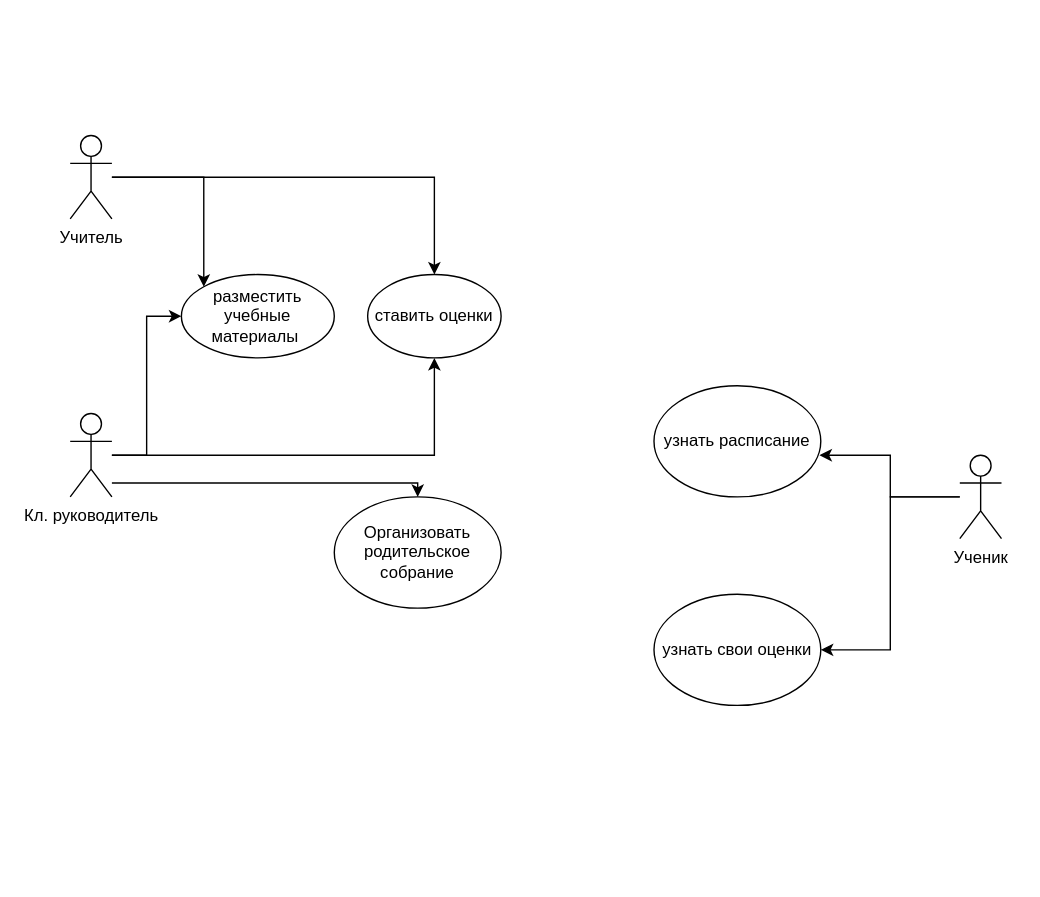
Earlier version of the draw.io diagram Диаграмма без названия.drawio (KhamchievAli06/dem-). Source tidied: cells renumbered, new cells numbered last; positions are measured from the earlier drawing's top-left corner, leaving out a move shared by most shapes. Both pictures are drawn from the tidied source at 139%, with x=0, y=0 at pixel (70, 135).
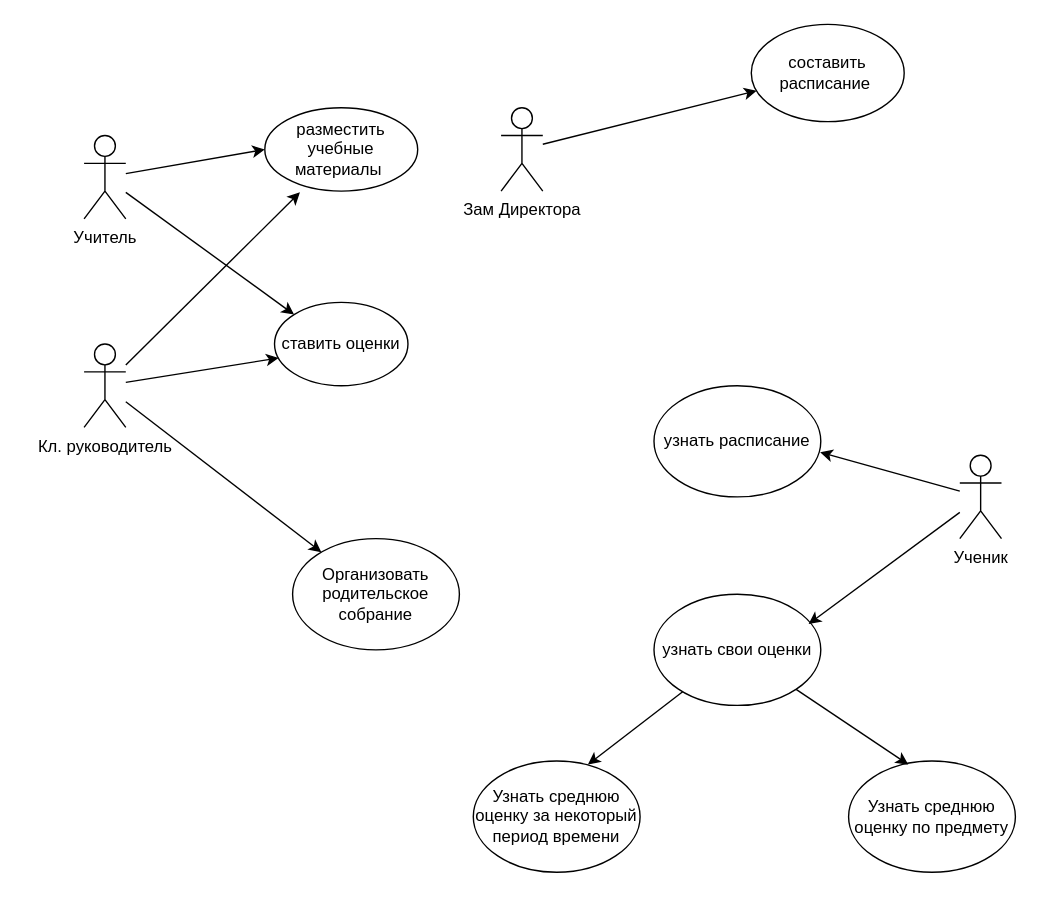
Above is the later version.

Unchanged cells that the change refers to:
```xml
<mxCell id="11" value="Ученик" style="shape=umlActor;verticalLabelPosition=bottom;verticalAlign=top;html=1;outlineConnect=0;" parent="1" vertex="1">
  <mxGeometry x="640" y="230" width="30" height="60" as="geometry" />
</mxCell>
<mxCell id="12" value="узнать расписание" style="ellipse;whiteSpace=wrap;html=1;" parent="1" vertex="1">
  <mxGeometry x="420" y="180" width="120" height="80" as="geometry" />
</mxCell>
<mxCell id="13" value="узнать свои оценки" style="ellipse;whiteSpace=wrap;html=1;" parent="1" vertex="1">
  <mxGeometry x="420" y="330" width="120" height="80" as="geometry" />
</mxCell>
```

What changed in the source:
```diff
@@
+    <mxCell id="3" style="edgeStyle=none;rounded=0;jettySize=auto;html=1;entryX=0;entryY=0.5;entryDx=0;entryDy=0;" parent="1" edge="1" source="4" target="16">
+      <mxGeometry relative="1" as="geometry" />
+    </mxCell>
-    <mxCell id="2" style="edgeStyle=orthogonalEdgeStyle;rounded=0;jettySize=auto;html=1;entryX=0.5;entryY=0;entryDx=0;entryDy=0;" parent="1" edge="1" source="4" target="5">
+    <mxCell id="2" style="edgeStyle=none;rounded=0;jettySize=auto;html=1;entryX=0;entryY=0;entryDx=0;entryDy=0;" parent="1" edge="1" source="4" target="5">
       <mxGeometry relative="1" as="geometry" />
     </mxCell>
-    <mxCell id="3" style="edgeStyle=orthogonalEdgeStyle;rounded=0;jettySize=auto;html=1;entryX=0;entryY=0;entryDx=0;entryDy=0;" parent="1" edge="1" source="4" target="16">
-      <mxGeometry relative="1" as="geometry" />
-    </mxCell>
     <mxCell id="4" value="Учитель&lt;div&gt;&lt;br&gt;&lt;/div&gt;" style="shape=umlActor;verticalLabelPosition=bottom;verticalAlign=top;html=1;outlineConnect=0;" parent="1" vertex="1">
-      <mxGeometry width="30" height="60" as="geometry" />
+      <mxGeometry x="10" width="30" height="60" as="geometry" />
     </mxCell>
     <mxCell id="5" value="ставить оценки" style="ellipse;whiteSpace=wrap;html=1;" parent="1" vertex="1">
-      <mxGeometry x="214" y="100" width="96" height="60" as="geometry" />
+      <mxGeometry x="147" y="120" width="96" height="60" as="geometry" />
     </mxCell>
-    <mxCell id="6" style="edgeStyle=orthogonalEdgeStyle;rounded=0;jettySize=auto;html=1;entryX=0.5;entryY=1;entryDx=0;entryDy=0;" parent="1" edge="1" source="9" target="5">
-      <mxGeometry relative="1" as="geometry">
-        <Array as="points">
-          <mxPoint x="262" y="230" />
-        </Array>
-      </mxGeometry>
-    </mxCell>
-    <mxCell id="7" style="edgeStyle=orthogonalEdgeStyle;rounded=0;jettySize=auto;html=1;entryX=0.5;entryY=0;entryDx=0;entryDy=0;" parent="1" edge="1" source="9" target="15">
-      <mxGeometry relative="1" as="geometry">
-        <Array as="points">
-          <mxPoint x="30" y="250" />
-          <mxPoint x="30" y="250" />
-        </Array>
-      </mxGeometry>
+    <mxCell id="7" style="edgeStyle=none;rounded=0;jettySize=auto;html=1;" parent="1" edge="1" source="9" target="15">
+      <mxGeometry relative="1" as="geometry" />
     </mxCell>
-    <mxCell id="8" style="edgeStyle=orthogonalEdgeStyle;rounded=0;jettySize=auto;html=1;entryX=0;entryY=0.5;entryDx=0;entryDy=0;" parent="1" edge="1" source="9" target="16">
-      <mxGeometry relative="1" as="geometry" />
-    </mxCell>
     <mxCell id="9" value="Кл. руководитель" style="shape=umlActor;verticalLabelPosition=bottom;verticalAlign=top;html=1;outlineConnect=0;" parent="1" vertex="1">
-      <mxGeometry y="200" width="30" height="60" as="geometry" />
+      <mxGeometry x="10" y="150" width="30" height="60" as="geometry" />
     </mxCell>
-    <mxCell id="10" style="edgeStyle=orthogonalEdgeStyle;rounded=0;jettySize=auto;html=1;entryX=1;entryY=0.5;entryDx=0;entryDy=0;" parent="1" edge="1" source="11" target="13">
-      <mxGeometry relative="1" as="geometry" />
-    </mxCell>
@@
-    <mxCell id="14" style="edgeStyle=orthogonalEdgeStyle;rounded=0;jettySize=auto;html=1;entryX=0.992;entryY=0.625;entryDx=0;entryDy=0;entryPerimeter=0;" parent="1" edge="1" source="11" target="12">
-      <mxGeometry relative="1" as="geometry" />
-    </mxCell>
     <mxCell id="15" value="Организовать родительское собрание" style="ellipse;whiteSpace=wrap;html=1;" parent="1" vertex="1">
-      <mxGeometry x="190" y="260" width="120" height="80" as="geometry" />
+      <mxGeometry x="160" y="290" width="120" height="80" as="geometry" />
     </mxCell>
     <mxCell id="16" value="разместить учебные материалы&amp;nbsp;" style="ellipse;whiteSpace=wrap;html=1;" parent="1" vertex="1">
-      <mxGeometry x="80" y="100" width="110" height="60" as="geometry" />
+      <mxGeometry x="140" y="-20" width="110" height="60" as="geometry" />
     </mxCell>
+    <mxCell id="17" style="edgeStyle=none;rounded=0;jettySize=auto;html=1;" parent="1" edge="1" source="18" target="19">
+      <mxGeometry relative="1" as="geometry" />
+    </mxCell>
+    <mxCell id="18" value="Зам Директора" style="shape=umlActor;verticalLabelPosition=bottom;verticalAlign=top;html=1;outlineConnect=0;" parent="1" vertex="1">
+      <mxGeometry x="310" y="-20" width="30" height="60" as="geometry" />
+    </mxCell>
+    <mxCell id="19" value="составить расписание&amp;nbsp;" style="ellipse;whiteSpace=wrap;html=1;" parent="1" vertex="1">
+      <mxGeometry x="490" y="-80" width="110" height="70" as="geometry" />
+    </mxCell>
+    <mxCell id="8" style="edgeStyle=none;rounded=0;jettySize=auto;html=1;entryX=0.23;entryY=1.014;entryDx=0;entryDy=0;entryPerimeter=0;" parent="1" edge="1" source="9" target="16">
+      <mxGeometry relative="1" as="geometry" />
+    </mxCell>
+    <mxCell id="6" style="edgeStyle=none;rounded=0;jettySize=auto;html=1;entryX=0.031;entryY=0.667;entryDx=0;entryDy=0;entryPerimeter=0;" parent="1" edge="1" source="9" target="5">
+      <mxGeometry relative="1" as="geometry" />
+    </mxCell>
+    <mxCell id="14" style="edgeStyle=none;rounded=0;jettySize=auto;html=1;entryX=0.996;entryY=0.599;entryDx=0;entryDy=0;entryPerimeter=0;" parent="1" edge="1" source="11" target="12">
+      <mxGeometry relative="1" as="geometry" />
+    </mxCell>
+    <mxCell id="10" style="edgeStyle=none;rounded=0;jettySize=auto;html=1;entryX=0.927;entryY=0.268;entryDx=0;entryDy=0;entryPerimeter=0;" parent="1" edge="1" source="11" target="13">
+      <mxGeometry relative="1" as="geometry" />
+    </mxCell>
+    <mxCell id="20" value="Узнать среднюю оценку за некоторый период времени" style="ellipse;whiteSpace=wrap;html=1;" parent="1" vertex="1">
+      <mxGeometry x="290" y="450" width="120" height="80" as="geometry" />
+    </mxCell>
+    <mxCell id="21" value="Узнать среднюю оценку по предмету" style="ellipse;whiteSpace=wrap;html=1;" parent="1" vertex="1">
+      <mxGeometry x="560" y="450" width="120" height="80" as="geometry" />
+    </mxCell>
+    <mxCell id="22" style="edgeStyle=none;rounded=0;jettySize=auto;html=1;entryX=0.687;entryY=0.032;entryDx=0;entryDy=0;entryPerimeter=0;" parent="1" edge="1" source="13" target="20">
+      <mxGeometry relative="1" as="geometry" />
+    </mxCell>
+    <mxCell id="23" style="edgeStyle=none;rounded=0;jettySize=auto;html=1;entryX=0.358;entryY=0.032;entryDx=0;entryDy=0;entryPerimeter=0;" parent="1" edge="1" source="13" target="21">
+      <mxGeometry relative="1" as="geometry" />
+    </mxCell>
```
